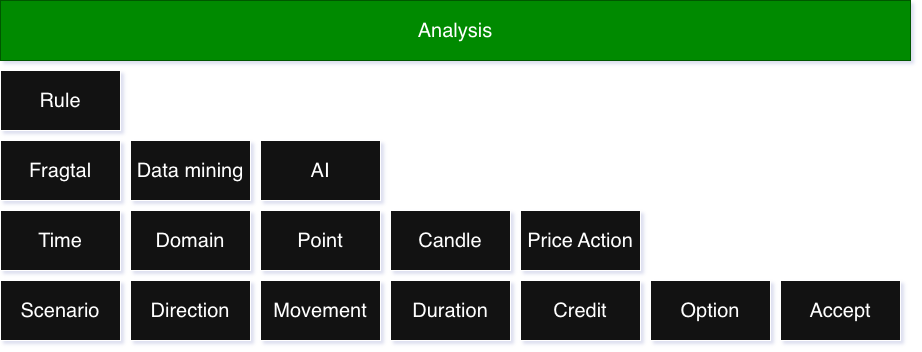
kashanimorteza/economy_document keeps this draw.io diagram as design/analysis.png. Above is the earlier version. Source tidied: cells renumbered, new cells last; positions are measured from the earlier drawing's top-left corner, leaving out a move shared by most shapes.
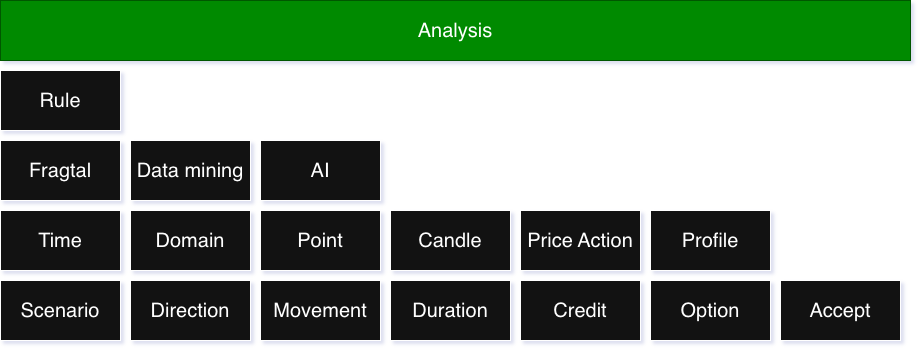
The same file after the commit.

The edit, as a diff of the source:
```diff
@@ -53,5 +53,8 @@
     <mxCell id="18" value="AI" style="whiteSpace=wrap;html=1;fontSize=20;" parent="1" vertex="1">
       <mxGeometry x="260" y="140" width="120" height="60" as="geometry" />
     </mxCell>
+    <mxCell id="19" value="Profile" style="whiteSpace=wrap;html=1;fontSize=20;" parent="1" vertex="1">
+      <mxGeometry x="650" y="210" width="120" height="60" as="geometry" />
+    </mxCell>
   </root>
 </mxGraphModel>
```
